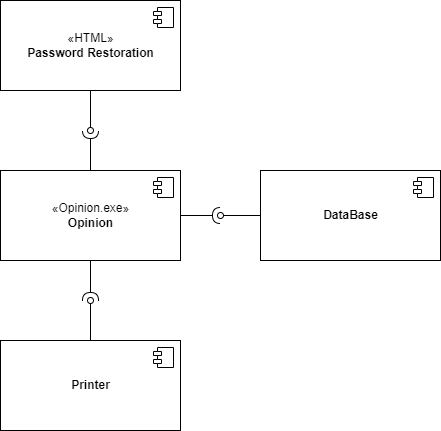
The draw.io diagram Diagrammes/DiagramComposantV2.drawio.png in Devetik/Diagrammes, before a commit. Source tidied: cells renumbered, new cells last; positions are measured from the earlier drawing's top-left corner, leaving out a move shared by most shapes. Source of this version:
```xml
<mxGraphModel>
  <root>
    <mxCell id="0" />
    <mxCell id="1" parent="0" />
    <mxCell id="2" style="edgeStyle=orthogonalEdgeStyle;rounded=0;jettySize=auto;html=1;startArrow=none;startFill=0;endArrow=halfCircle;endFill=0;" parent="1" edge="1" source="5">
      <mxGeometry relative="1" as="geometry">
        <mxPoint x="90" y="130" as="targetPoint" />
      </mxGeometry>
    </mxCell>
    <mxCell id="3" style="edgeStyle=orthogonalEdgeStyle;rounded=0;jettySize=auto;html=1;startArrow=none;startFill=0;endArrow=halfCircle;endFill=0;" parent="1" edge="1" source="5">
      <mxGeometry relative="1" as="geometry">
        <mxPoint x="90" y="300" as="targetPoint" />
      </mxGeometry>
    </mxCell>
    <mxCell id="4" style="edgeStyle=orthogonalEdgeStyle;rounded=0;jettySize=auto;html=1;startArrow=none;startFill=0;endArrow=halfCircle;endFill=0;" parent="1" edge="1" source="5">
      <mxGeometry relative="1" as="geometry">
        <mxPoint x="220" y="215" as="targetPoint" />
      </mxGeometry>
    </mxCell>
    <mxCell id="5" value="«Opinion.exe»&lt;br&gt;&lt;b&gt;Opinion&lt;/b&gt;" style="html=1;" parent="1" vertex="1">
      <mxGeometry y="170" width="180" height="90" as="geometry" />
    </mxCell>
    <mxCell id="6" style="shape=module;jettyWidth=8;jettyHeight=4;" parent="5" vertex="1">
      <mxGeometry x="1" width="20" height="20" relative="1" as="geometry">
        <mxPoint x="-27" y="7" as="offset" />
      </mxGeometry>
    </mxCell>
    <mxCell id="7" style="edgeStyle=orthogonalEdgeStyle;rounded=0;jettySize=auto;html=1;startArrow=none;startFill=0;endArrow=oval;endFill=0;" parent="1" edge="1" source="8">
      <mxGeometry relative="1" as="geometry">
        <mxPoint x="220" y="215" as="targetPoint" />
      </mxGeometry>
    </mxCell>
    <mxCell id="8" value="&lt;b&gt;DataBase&lt;/b&gt;" style="html=1;" parent="1" vertex="1">
      <mxGeometry x="260" y="170" width="180" height="90" as="geometry" />
    </mxCell>
    <mxCell id="9" style="shape=module;jettyWidth=8;jettyHeight=4;" parent="8" vertex="1">
      <mxGeometry x="1" width="20" height="20" relative="1" as="geometry">
        <mxPoint x="-27" y="7" as="offset" />
      </mxGeometry>
    </mxCell>
    <mxCell id="10" style="edgeStyle=orthogonalEdgeStyle;rounded=0;jettySize=auto;html=1;startArrow=none;startFill=0;endArrow=oval;endFill=0;" parent="1" edge="1" source="11">
      <mxGeometry relative="1" as="geometry">
        <mxPoint x="90" y="300" as="targetPoint" />
      </mxGeometry>
    </mxCell>
    <mxCell id="11" value="Printer" style="html=1;fontStyle=1;" parent="1" vertex="1">
      <mxGeometry y="340" width="180" height="90" as="geometry" />
    </mxCell>
    <mxCell id="12" style="shape=module;jettyWidth=8;jettyHeight=4;" parent="11" vertex="1">
      <mxGeometry x="1" width="20" height="20" relative="1" as="geometry">
        <mxPoint x="-27" y="7" as="offset" />
      </mxGeometry>
    </mxCell>
    <mxCell id="13" style="edgeStyle=orthogonalEdgeStyle;rounded=0;jettySize=auto;html=1;startArrow=none;startFill=0;endArrow=oval;endFill=0;" parent="1" edge="1" source="14">
      <mxGeometry relative="1" as="geometry">
        <mxPoint x="90" y="130" as="targetPoint" />
      </mxGeometry>
    </mxCell>
    <mxCell id="14" value="«HTML»&lt;br&gt;&lt;b&gt;Password Restoration&lt;/b&gt;" style="html=1;" parent="1" vertex="1">
      <mxGeometry width="180" height="90" as="geometry" />
    </mxCell>
    <mxCell id="15" style="shape=module;jettyWidth=8;jettyHeight=4;" parent="14" vertex="1">
      <mxGeometry x="1" width="20" height="20" relative="1" as="geometry">
        <mxPoint x="-27" y="7" as="offset" />
      </mxGeometry>
    </mxCell>
  </root>
</mxGraphModel>
```
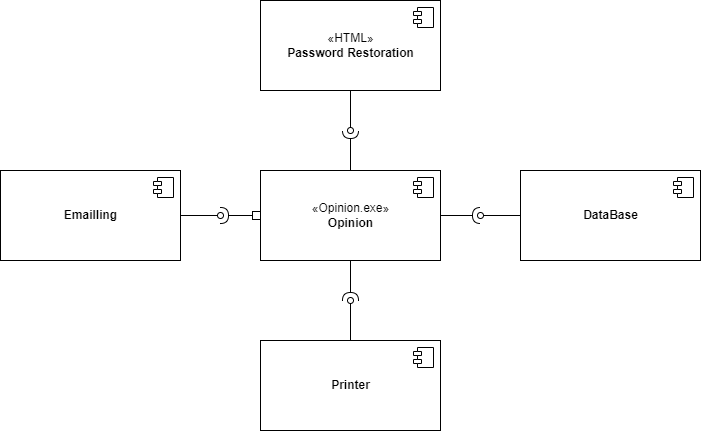
Later version of the same file.

Change to the diagram source:
```diff
@@ -17,6 +17,11 @@
         <mxPoint x="220" y="215" as="targetPoint" />
       </mxGeometry>
     </mxCell>
+    <mxCell id="16" style="edgeStyle=orthogonalEdgeStyle;rounded=0;jettySize=auto;html=1;startArrow=box;startFill=0;endArrow=halfCircle;endFill=0;" parent="1" edge="1" source="5">
+      <mxGeometry relative="1" as="geometry">
+        <mxPoint x="-40" y="215" as="targetPoint" />
+      </mxGeometry>
+    </mxCell>
     <mxCell id="5" value="«Opinion.exe»&lt;br&gt;&lt;b&gt;Opinion&lt;/b&gt;" style="html=1;" parent="1" vertex="1">
       <mxGeometry y="170" width="180" height="90" as="geometry" />
     </mxCell>
@@ -64,5 +69,18 @@
         <mxPoint x="-27" y="7" as="offset" />
       </mxGeometry>
     </mxCell>
+    <mxCell id="17" style="edgeStyle=orthogonalEdgeStyle;rounded=0;jettySize=auto;html=1;startArrow=none;startFill=0;endArrow=oval;endFill=0;" parent="1" edge="1" source="18">
+      <mxGeometry relative="1" as="geometry">
+        <mxPoint x="-40" y="215" as="targetPoint" />
+      </mxGeometry>
+    </mxCell>
+    <mxCell id="18" value="&lt;b&gt;Emailling&lt;/b&gt;" style="html=1;" parent="1" vertex="1">
+      <mxGeometry x="-260" y="170" width="180" height="90" as="geometry" />
+    </mxCell>
+    <mxCell id="19" style="shape=module;jettyWidth=8;jettyHeight=4;" parent="18" vertex="1">
+      <mxGeometry x="1" width="20" height="20" relative="1" as="geometry">
+        <mxPoint x="-27" y="7" as="offset" />
+      </mxGeometry>
+    </mxCell>
   </root>
 </mxGraphModel>
```
